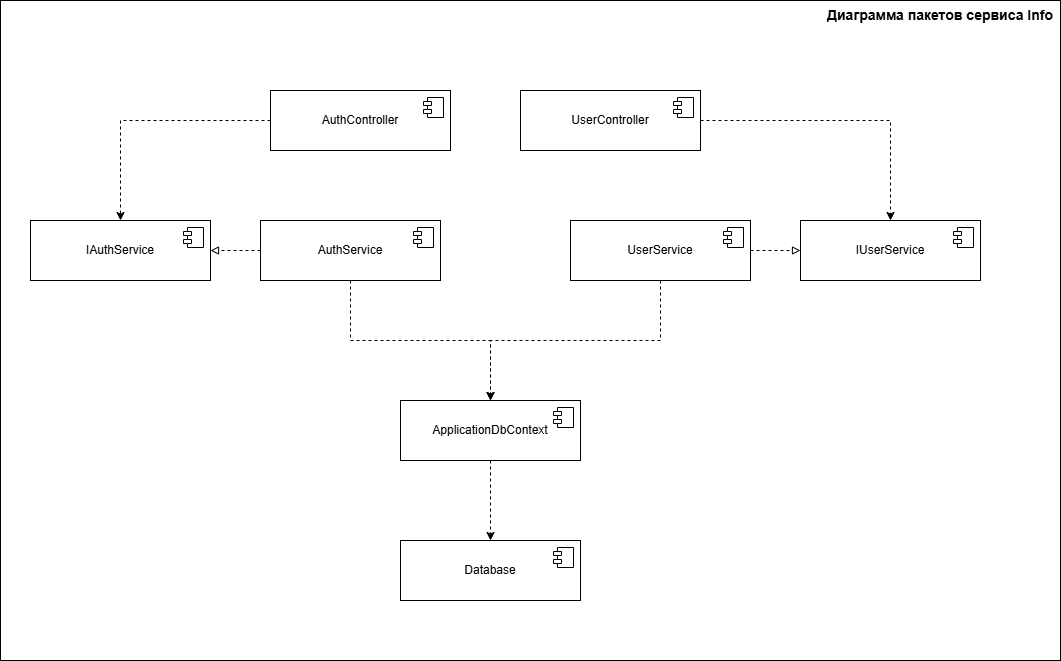
The draw.io diagram Диаграмма_компонентов-Info.drawio.png in Racoon-bank/Racoon-Info, before a commit. Source tidied: cells renumbered, new cells last; positions are measured from the earlier drawing's top-left corner, leaving out a move shared by most shapes. Source of this version:
```xml
<mxGraphModel>
  <root>
    <mxCell id="0" />
    <mxCell id="1" parent="0" />
    <mxCell id="2" style="edgeStyle=orthogonalEdgeStyle;rounded=0;jettySize=auto;html=1;dashed=1;" parent="1" edge="1" source="3" target="5">
      <mxGeometry relative="1" as="geometry" />
    </mxCell>
    <mxCell id="3" value="AuthController" style="html=1;whiteSpace=wrap;" parent="1" vertex="1">
      <mxGeometry x="270" y="90" width="180" height="60" as="geometry" />
    </mxCell>
    <mxCell id="4" style="shape=module;jettyWidth=8;jettyHeight=4;" parent="3" vertex="1">
      <mxGeometry x="1" width="20" height="20" relative="1" as="geometry">
        <mxPoint x="-27" y="7" as="offset" />
      </mxGeometry>
    </mxCell>
    <mxCell id="5" value="IAuthService" style="html=1;whiteSpace=wrap;" parent="1" vertex="1">
      <mxGeometry x="30" y="220" width="180" height="60" as="geometry" />
    </mxCell>
    <mxCell id="6" style="shape=module;jettyWidth=8;jettyHeight=4;" parent="5" vertex="1">
      <mxGeometry x="1" width="20" height="20" relative="1" as="geometry">
        <mxPoint x="-27" y="7" as="offset" />
      </mxGeometry>
    </mxCell>
    <mxCell id="7" style="edgeStyle=orthogonalEdgeStyle;rounded=0;jettySize=auto;html=1;dashed=1;endArrow=block;endFill=0;" parent="1" edge="1" source="9" target="5">
      <mxGeometry relative="1" as="geometry" />
    </mxCell>
    <mxCell id="8" style="edgeStyle=orthogonalEdgeStyle;rounded=0;jettySize=auto;html=1;dashed=1;" parent="1" edge="1" source="9" target="12">
      <mxGeometry relative="1" as="geometry" />
    </mxCell>
    <mxCell id="9" value="AuthService" style="html=1;whiteSpace=wrap;" parent="1" vertex="1">
      <mxGeometry x="260" y="220" width="180" height="60" as="geometry" />
    </mxCell>
    <mxCell id="10" style="shape=module;jettyWidth=8;jettyHeight=4;" parent="9" vertex="1">
      <mxGeometry x="1" width="20" height="20" relative="1" as="geometry">
        <mxPoint x="-27" y="7" as="offset" />
      </mxGeometry>
    </mxCell>
    <mxCell id="11" style="edgeStyle=orthogonalEdgeStyle;rounded=0;jettySize=auto;html=1;dashed=1;entryX=0.5;entryY=0;entryDx=0;entryDy=0;" parent="1" edge="1" source="12" target="14">
      <mxGeometry relative="1" as="geometry" />
    </mxCell>
    <mxCell id="12" value="ApplicationDbContext" style="html=1;whiteSpace=wrap;" parent="1" vertex="1">
      <mxGeometry x="400" y="400" width="180" height="60" as="geometry" />
    </mxCell>
    <mxCell id="13" style="shape=module;jettyWidth=8;jettyHeight=4;" parent="12" vertex="1">
      <mxGeometry x="1" width="20" height="20" relative="1" as="geometry">
        <mxPoint x="-27" y="7" as="offset" />
      </mxGeometry>
    </mxCell>
    <mxCell id="14" value="Database" style="html=1;whiteSpace=wrap;" parent="1" vertex="1">
      <mxGeometry x="400" y="540" width="180" height="60" as="geometry" />
    </mxCell>
    <mxCell id="15" style="shape=module;jettyWidth=8;jettyHeight=4;" parent="14" vertex="1">
      <mxGeometry x="1" width="20" height="20" relative="1" as="geometry">
        <mxPoint x="-27" y="7" as="offset" />
      </mxGeometry>
    </mxCell>
    <mxCell id="16" value="&lt;b&gt;&lt;font style=&quot;font-size: 14px;&quot;&gt;Диаграмма пакетов сервиса Info&lt;/font&gt;&lt;/b&gt;" style="text;html=1;whiteSpace=wrap;strokeColor=none;fillColor=none;align=center;verticalAlign=middle;rounded=0;" parent="1" vertex="1">
      <mxGeometry x="820" width="240" height="30" as="geometry" />
    </mxCell>
    <mxCell id="17" style="edgeStyle=orthogonalEdgeStyle;rounded=0;jettySize=auto;html=1;dashed=1;" parent="1" edge="1" source="18" target="21">
      <mxGeometry relative="1" as="geometry" />
    </mxCell>
    <mxCell id="18" value="UserController" style="html=1;whiteSpace=wrap;" parent="1" vertex="1">
      <mxGeometry x="520" y="90" width="180" height="60" as="geometry" />
    </mxCell>
    <mxCell id="19" style="shape=module;jettyWidth=8;jettyHeight=4;" parent="18" vertex="1">
      <mxGeometry x="1" width="20" height="20" relative="1" as="geometry">
        <mxPoint x="-27" y="7" as="offset" />
      </mxGeometry>
    </mxCell>
    <mxCell id="20" style="edgeStyle=orthogonalEdgeStyle;rounded=0;jettySize=auto;html=1;dashed=1;exitX=0.5;exitY=1;exitDx=0;exitDy=0;" parent="1" edge="1" source="24" target="12">
      <mxGeometry relative="1" as="geometry" />
    </mxCell>
    <mxCell id="21" value="IUserService" style="html=1;whiteSpace=wrap;" parent="1" vertex="1">
      <mxGeometry x="800" y="220" width="180" height="60" as="geometry" />
    </mxCell>
    <mxCell id="22" style="shape=module;jettyWidth=8;jettyHeight=4;" parent="21" vertex="1">
      <mxGeometry x="1" width="20" height="20" relative="1" as="geometry">
        <mxPoint x="-27" y="7" as="offset" />
      </mxGeometry>
    </mxCell>
    <mxCell id="23" style="edgeStyle=orthogonalEdgeStyle;rounded=0;jettySize=auto;html=1;dashed=1;endArrow=block;endFill=0;" parent="1" edge="1" source="24" target="21">
      <mxGeometry relative="1" as="geometry" />
    </mxCell>
    <mxCell id="24" value="UserService" style="html=1;whiteSpace=wrap;" parent="1" vertex="1">
      <mxGeometry x="570" y="220" width="180" height="60" as="geometry" />
    </mxCell>
    <mxCell id="25" style="shape=module;jettyWidth=8;jettyHeight=4;" parent="24" vertex="1">
      <mxGeometry x="1" width="20" height="20" relative="1" as="geometry">
        <mxPoint x="-27" y="7" as="offset" />
      </mxGeometry>
    </mxCell>
    <mxCell id="26" style="rounded=0;whiteSpace=wrap;html=1;fillColor=none;" parent="1" vertex="1">
      <mxGeometry width="1060" height="660" as="geometry" />
    </mxCell>
  </root>
</mxGraphModel>
```
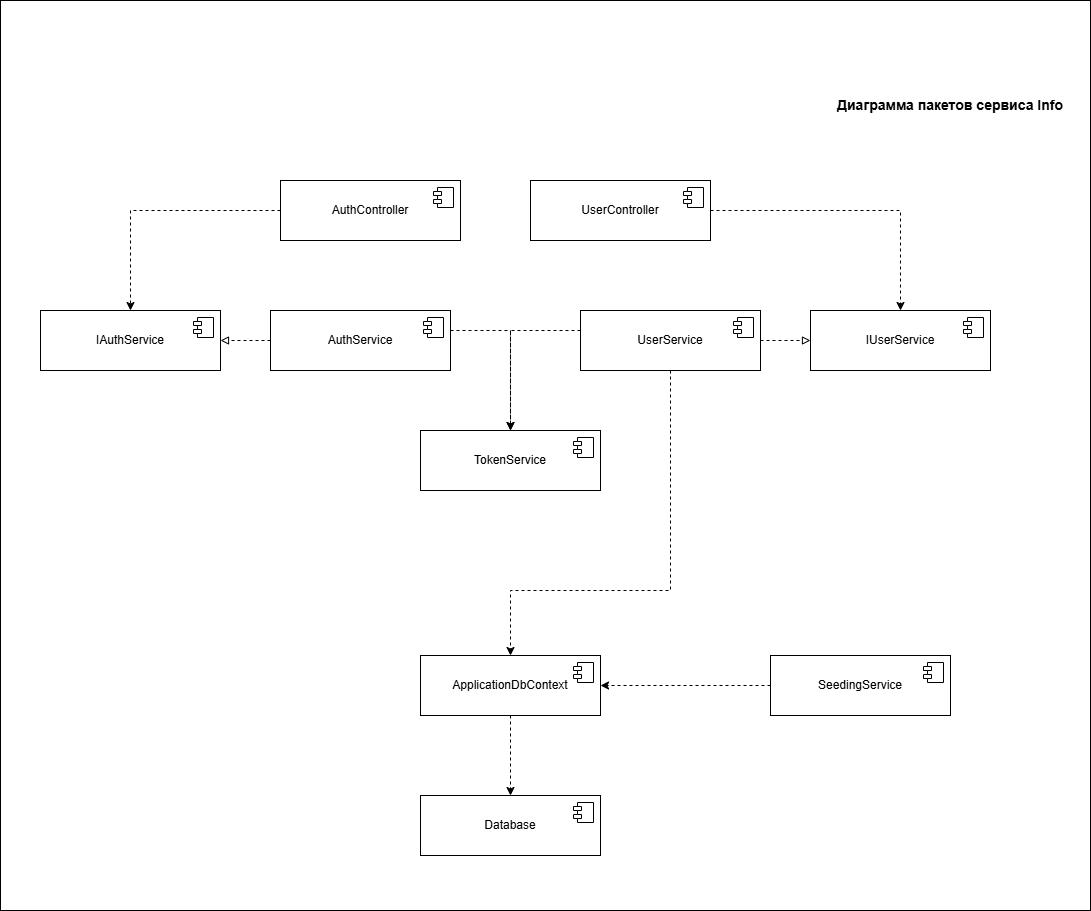
After the commit.

The edit, as a diff of the source:
```diff
@@ -24,9 +24,13 @@
     <mxCell id="7" style="edgeStyle=orthogonalEdgeStyle;rounded=0;jettySize=auto;html=1;dashed=1;endArrow=block;endFill=0;" parent="1" edge="1" source="9" target="5">
       <mxGeometry relative="1" as="geometry" />
     </mxCell>
-    <mxCell id="8" style="edgeStyle=orthogonalEdgeStyle;rounded=0;jettySize=auto;html=1;dashed=1;" parent="1" edge="1" source="9" target="12">
-      <mxGeometry relative="1" as="geometry" />
-    </mxCell>
+    <mxCell id="27" style="edgeStyle=orthogonalEdgeStyle;rounded=0;jettySize=auto;html=1;dashed=1;" parent="1" edge="1" source="9" target="29">
+      <mxGeometry relative="1" as="geometry">
+        <Array as="points">
+          <mxPoint x="500" y="240" />
+        </Array>
+      </mxGeometry>
+    </mxCell>
     <mxCell id="9" value="AuthService" style="html=1;whiteSpace=wrap;" parent="1" vertex="1">
       <mxGeometry x="260" y="220" width="180" height="60" as="geometry" />
     </mxCell>
@@ -39,7 +43,7 @@
       <mxGeometry relative="1" as="geometry" />
     </mxCell>
     <mxCell id="12" value="ApplicationDbContext" style="html=1;whiteSpace=wrap;" parent="1" vertex="1">
-      <mxGeometry x="400" y="400" width="180" height="60" as="geometry" />
+      <mxGeometry x="410" y="565" width="180" height="60" as="geometry" />
     </mxCell>
     <mxCell id="13" style="shape=module;jettyWidth=8;jettyHeight=4;" parent="12" vertex="1">
       <mxGeometry x="1" width="20" height="20" relative="1" as="geometry">
@@ -47,7 +51,7 @@
       </mxGeometry>
     </mxCell>
     <mxCell id="14" value="Database" style="html=1;whiteSpace=wrap;" parent="1" vertex="1">
-      <mxGeometry x="400" y="540" width="180" height="60" as="geometry" />
+      <mxGeometry x="410" y="705" width="180" height="60" as="geometry" />
     </mxCell>
     <mxCell id="15" style="shape=module;jettyWidth=8;jettyHeight=4;" parent="14" vertex="1">
       <mxGeometry x="1" width="20" height="20" relative="1" as="geometry">
@@ -69,7 +73,12 @@
       </mxGeometry>
     </mxCell>
     <mxCell id="20" style="edgeStyle=orthogonalEdgeStyle;rounded=0;jettySize=auto;html=1;dashed=1;exitX=0.5;exitY=1;exitDx=0;exitDy=0;" parent="1" edge="1" source="24" target="12">
-      <mxGeometry relative="1" as="geometry" />
+      <mxGeometry relative="1" as="geometry">
+        <Array as="points">
+          <mxPoint x="660" y="500" />
+          <mxPoint x="500" y="500" />
+        </Array>
+      </mxGeometry>
     </mxCell>
     <mxCell id="21" value="IUserService" style="html=1;whiteSpace=wrap;" parent="1" vertex="1">
       <mxGeometry x="800" y="220" width="180" height="60" as="geometry" />
@@ -82,6 +91,13 @@
     <mxCell id="23" style="edgeStyle=orthogonalEdgeStyle;rounded=0;jettySize=auto;html=1;dashed=1;endArrow=block;endFill=0;" parent="1" edge="1" source="24" target="21">
       <mxGeometry relative="1" as="geometry" />
     </mxCell>
+    <mxCell id="28" style="edgeStyle=orthogonalEdgeStyle;rounded=0;jettySize=auto;html=1;entryX=0.5;entryY=0;entryDx=0;entryDy=0;dashed=1;" parent="1" edge="1" source="24" target="29">
+      <mxGeometry relative="1" as="geometry">
+        <Array as="points">
+          <mxPoint x="500" y="240" />
+        </Array>
+      </mxGeometry>
+    </mxCell>
     <mxCell id="24" value="UserService" style="html=1;whiteSpace=wrap;" parent="1" vertex="1">
       <mxGeometry x="570" y="220" width="180" height="60" as="geometry" />
     </mxCell>
@@ -90,8 +106,27 @@
         <mxPoint x="-27" y="7" as="offset" />
       </mxGeometry>
     </mxCell>
-    <mxCell id="26" style="rounded=0;whiteSpace=wrap;html=1;fillColor=none;" parent="1" vertex="1">
-      <mxGeometry width="1060" height="660" as="geometry" />
-    </mxCell>
+    <mxCell id="29" value="Token&lt;span style=&quot;background-color: transparent; color: light-dark(rgb(0, 0, 0), rgb(255, 255, 255));&quot;&gt;Service&lt;/span&gt;" style="html=1;whiteSpace=wrap;" parent="1" vertex="1">
+      <mxGeometry x="410" y="340" width="180" height="60" as="geometry" />
+    </mxCell>
+    <mxCell id="30" style="shape=module;jettyWidth=8;jettyHeight=4;" parent="29" vertex="1">
+      <mxGeometry x="1" width="20" height="20" relative="1" as="geometry">
+        <mxPoint x="-27" y="7" as="offset" />
+      </mxGeometry>
+    </mxCell>
+    <mxCell id="31" style="edgeStyle=orthogonalEdgeStyle;rounded=0;jettySize=auto;html=1;dashed=1;" parent="1" edge="1" source="32" target="12">
+      <mxGeometry relative="1" as="geometry" />
+    </mxCell>
+    <mxCell id="32" value="&lt;span style=&quot;background-color: transparent; color: light-dark(rgb(0, 0, 0), rgb(255, 255, 255));&quot;&gt;SeedingService&lt;/span&gt;" style="html=1;whiteSpace=wrap;" parent="1" vertex="1">
+      <mxGeometry x="760" y="565" width="180" height="60" as="geometry" />
+    </mxCell>
+    <mxCell id="33" style="shape=module;jettyWidth=8;jettyHeight=4;" parent="32" vertex="1">
+      <mxGeometry x="1" width="20" height="20" relative="1" as="geometry">
+        <mxPoint x="-27" y="7" as="offset" />
+      </mxGeometry>
+    </mxCell>
+    <mxCell id="34" style="rounded=0;whiteSpace=wrap;html=1;fillColor=none;" parent="1" vertex="1">
+      <mxGeometry x="-10" y="-90" width="1090" height="910" as="geometry" />
+    </mxCell>
   </root>
 </mxGraphModel>
```
